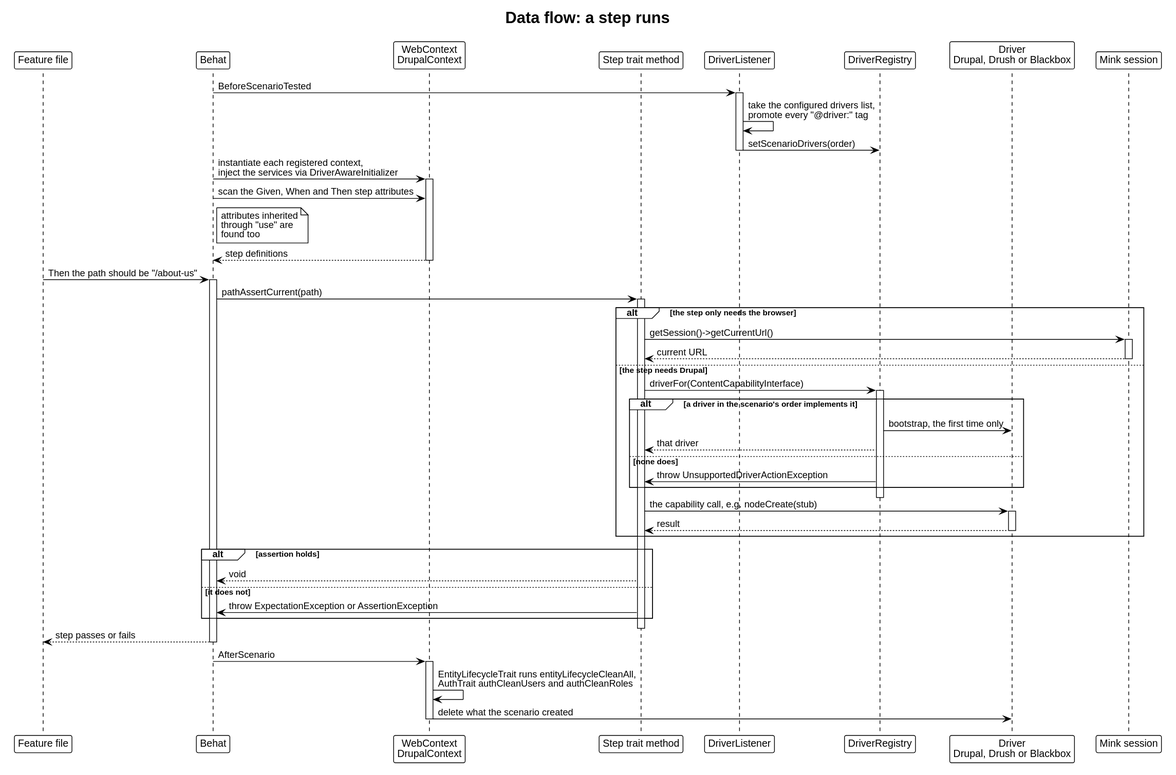
Above: docs/architecture/dataflow-step.svg in drevops/behat-steps (PlantUML), before the change.
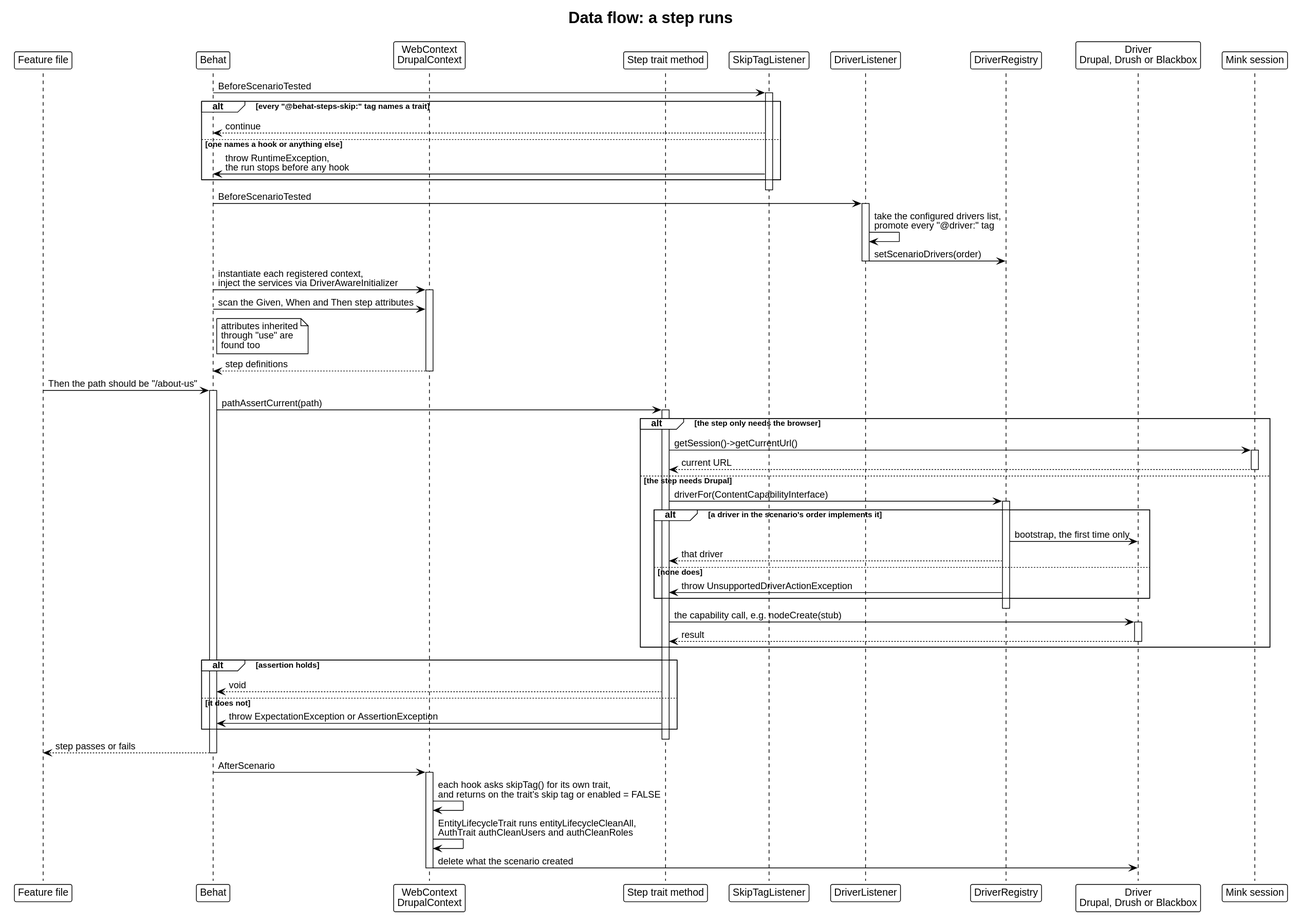
The same diagram one commit later.

Commit message:
[#854] Added 'SkipTagListener' and the trait-named skip guard to the architecture docs.

Diff of the diagram source:
```diff
@@ -9,10 +9,20 @@
 participant "Behat" as Behat
 participant "WebContext\nDrupalContext" as Ctx
 participant "Step trait method" as Trait
+participant "SkipTagListener" as SkipListener
 participant "DriverListener" as Listener
 participant "DriverRegistry" as DM
 participant "Driver\nDrupal, Drush or Blackbox" as Driver
 participant "Mink session" as Mink
+
+Behat -> SkipListener: BeforeScenarioTested
+activate SkipListener
+alt every "@behat-steps-skip:" tag names a trait
+  SkipListener --> Behat: continue
+else one names a hook or anything else
+  SkipListener -> Behat: throw RuntimeException,\nthe run stops before any hook
+end
+deactivate SkipListener
 
 Behat -> Listener: BeforeScenarioTested
 activate Listener
@@ -65,6 +75,7 @@
 
 Behat -> Ctx: AfterScenario
 activate Ctx
+Ctx -> Ctx: each hook asks skipTag() for its own trait,\nand returns on the trait's skip tag or enabled = FALSE
 Ctx -> Ctx: EntityLifecycleTrait runs entityLifecycleCleanAll,\nAuthTrait authCleanUsers and authCleanRoles
 Ctx -> Driver: delete what the scenario created
 deactivate Ctx
```
